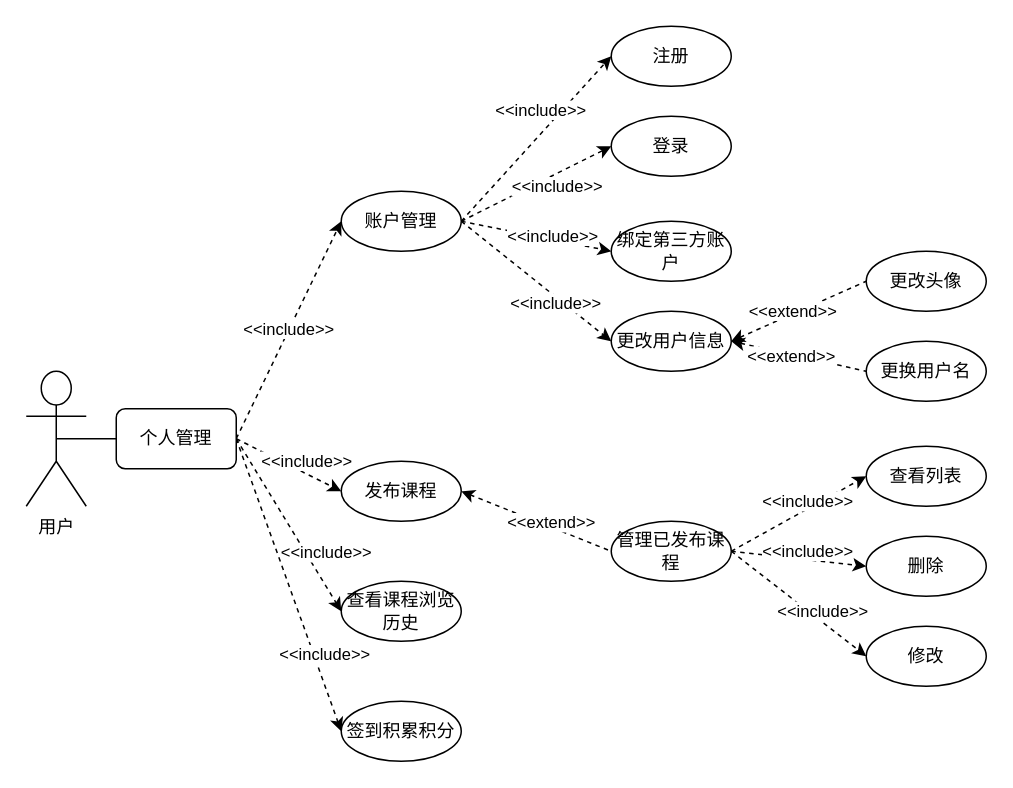
Above: 个人模块 .drawio in ooolky/YuSchool (draw.io), before the change. Source tidied: cells renumbered, new cells numbered last; positions are measured from the earlier drawing's top-left corner, leaving out a move shared by most shapes. Both pictures are drawn from the tidied source at 150%, with x=0, y=0 at pixel (26, 26).
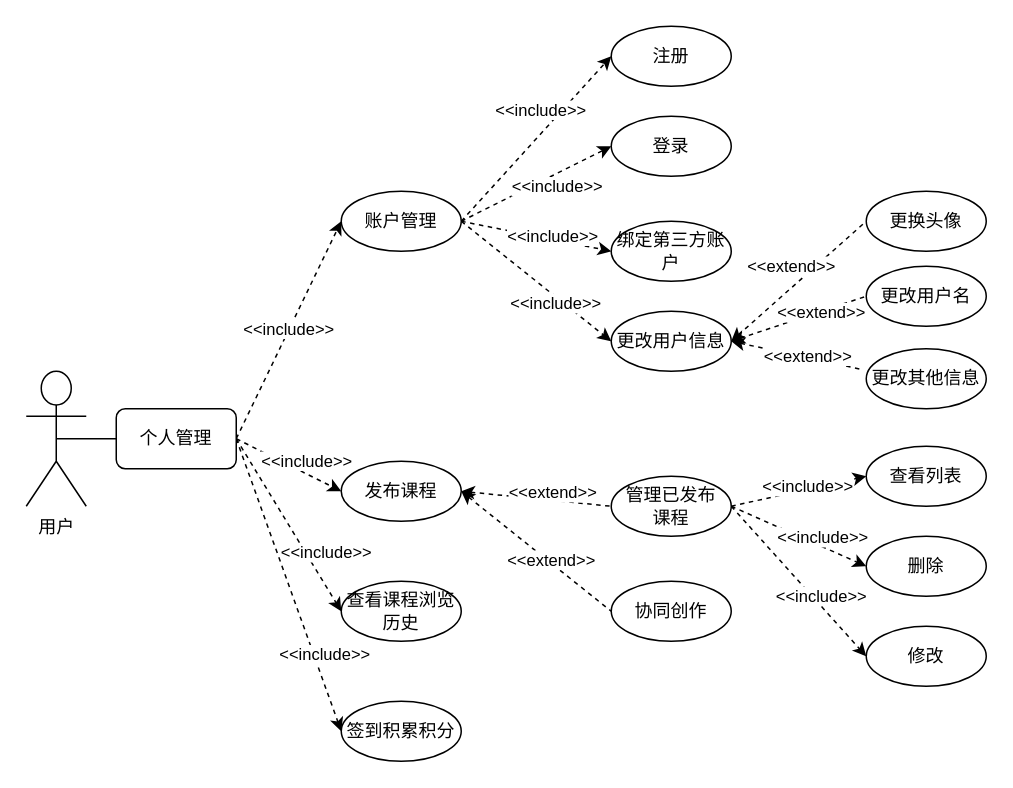
After the change.

Commit message:
更新个人模块 .drawio

Unchanged cells that the change refers to:
```xml
<mxCell id="32" value="发布课程" style="ellipse;whiteSpace=wrap;html=1;rounded=1;gradientColor=#ffffff;" parent="1" vertex="1">
  <mxGeometry x="210" y="290" width="80" height="40" as="geometry" />
</mxCell>
<mxCell id="38" value="更改用户信息" style="ellipse;whiteSpace=wrap;html=1;rounded=1;gradientColor=#ffffff;" parent="1" vertex="1">
  <mxGeometry x="390" y="190" width="80" height="40" as="geometry" />
</mxCell>
```

What changed in the source:
```diff
@@
-    <mxCell id="17" style="rounded=0;orthogonalLoop=1;jettySize=auto;html=1;exitX=1;exitY=0.5;exitDx=0;exitDy=0;entryX=0;entryY=0.5;entryDx=0;entryDy=0;dashed=1;endFill=0;endArrow=none;startFill=1;startArrow=classic;" parent="1" edge="1">
+    <mxCell id="17" style="rounded=0;jettySize=auto;html=1;exitX=1;exitY=0.5;exitDx=0;exitDy=0;entryX=0;entryY=0.5;entryDx=0;entryDy=0;dashed=1;endFill=0;endArrow=none;startFill=1;startArrow=classic;" parent="1" edge="1" target="39">
       <mxGeometry relative="1" as="geometry">
         <mxPoint x="290" y="310" as="sourcePoint" />
-        <mxPoint x="390" y="350" as="targetPoint" />
       </mxGeometry>
     </mxCell>
@@
-    <mxCell id="20" style="rounded=0;orthogonalLoop=1;jettySize=auto;html=1;exitX=1;exitY=0.5;exitDx=0;exitDy=0;entryX=0;entryY=0.5;entryDx=0;entryDy=0;dashed=1;endFill=0;endArrow=none;startFill=1;startArrow=classic;" parent="1" edge="1">
+    <mxCell id="20" style="rounded=0;jettySize=auto;html=1;exitX=1;exitY=0.5;exitDx=0;exitDy=0;entryX=0;entryY=0.5;entryDx=0;entryDy=0;dashed=1;endFill=0;endArrow=none;startFill=1;startArrow=classic;" parent="1" edge="1" target="43">
       <mxGeometry relative="1" as="geometry">
         <mxPoint x="470" y="210" as="sourcePoint" />
-        <mxPoint x="560" y="170" as="targetPoint" />
       </mxGeometry>
     </mxCell>
@@
-    <mxCell id="22" style="rounded=0;orthogonalLoop=1;jettySize=auto;html=1;exitX=1;exitY=0.5;exitDx=0;exitDy=0;entryX=0;entryY=0.5;entryDx=0;entryDy=0;dashed=1;endFill=0;endArrow=none;startFill=1;startArrow=classic;" parent="1" edge="1">
+    <mxCell id="22" style="rounded=0;jettySize=auto;html=1;exitX=1;exitY=0.5;exitDx=0;exitDy=0;entryX=0;entryY=0.5;entryDx=0;entryDy=0;dashed=1;endFill=0;endArrow=none;startFill=1;startArrow=classic;" parent="1" edge="1" target="44">
       <mxGeometry relative="1" as="geometry">
         <mxPoint x="470" y="210" as="sourcePoint" />
-        <mxPoint x="560" y="230" as="targetPoint" />
       </mxGeometry>
     </mxCell>
     <mxCell id="23" value="&amp;lt;&amp;lt;extend&amp;gt;&amp;gt;" style="edgeLabel;html=1;align=center;verticalAlign=middle;" parent="22" vertex="1">
       <mxGeometry x="-0.45" y="-1" relative="1" as="geometry">
-        <mxPoint x="15.8" y="3.6" as="offset" />
+        <mxPoint x="35" y="-12.7" as="offset" />
       </mxGeometry>
     </mxCell>
-    <mxCell id="24" style="rounded=0;orthogonalLoop=1;jettySize=auto;html=1;exitX=1;exitY=0.5;exitDx=0;exitDy=0;entryX=0;entryY=0.5;entryDx=0;entryDy=0;dashed=1;" parent="1" edge="1">
+    <mxCell id="24" style="rounded=0;jettySize=auto;html=1;exitX=1;exitY=0.5;exitDx=0;exitDy=0;entryX=0;entryY=0.5;entryDx=0;entryDy=0;dashed=1;" parent="1" edge="1" source="39">
       <mxGeometry relative="1" as="geometry">
-        <mxPoint x="470" y="350" as="sourcePoint" />
         <mxPoint x="560" y="300" as="targetPoint" />
       </mxGeometry>
     </mxCell>
@@
-    <mxCell id="26" style="rounded=0;orthogonalLoop=1;jettySize=auto;html=1;exitX=1;exitY=0.5;exitDx=0;exitDy=0;entryX=0;entryY=0.5;entryDx=0;entryDy=0;dashed=1;endArrow=classic;" parent="1" edge="1">
+    <mxCell id="26" style="rounded=0;jettySize=auto;html=1;exitX=1;exitY=0.5;exitDx=0;exitDy=0;entryX=0;entryY=0.5;entryDx=0;entryDy=0;dashed=1;endArrow=classic;" parent="1" edge="1" source="39">
       <mxGeometry relative="1" as="geometry">
-        <mxPoint x="470" y="350" as="sourcePoint" />
         <mxPoint x="560" y="360" as="targetPoint" />
       </mxGeometry>
     </mxCell>
     <mxCell id="27" value="&amp;lt;&amp;lt;include&amp;gt;&amp;gt;" style="edgeLabel;html=1;align=center;verticalAlign=middle;" parent="26" vertex="1">
       <mxGeometry x="0.68" y="-1" relative="1" as="geometry">
-        <mxPoint x="-25.4" y="-9.4" as="offset" />
+        <mxPoint x="-15.4" y="-14.6" as="offset" />
       </mxGeometry>
     </mxCell>
-    <mxCell id="28" style="rounded=0;orthogonalLoop=1;jettySize=auto;html=1;exitX=1;exitY=0.5;exitDx=0;exitDy=0;entryX=0;entryY=0.5;entryDx=0;entryDy=0;dashed=1;endArrow=classic;" parent="1" edge="1">
+    <mxCell id="28" style="rounded=0;jettySize=auto;html=1;exitX=1;exitY=0.5;exitDx=0;exitDy=0;entryX=0;entryY=0.5;entryDx=0;entryDy=0;dashed=1;endArrow=classic;" parent="1" edge="1" source="39">
       <mxGeometry relative="1" as="geometry">
-        <mxPoint x="470" y="350" as="sourcePoint" />
         <mxPoint x="560" y="420" as="targetPoint" />
       </mxGeometry>
     </mxCell>
@@
-    <mxCell id="39" value="管理已发布课程" style="ellipse;whiteSpace=wrap;html=1;rounded=1;gradientColor=#ffffff;" parent="1" vertex="1">
-      <mxGeometry x="390" y="330" width="80" height="40" as="geometry" />
+    <mxCell id="39" value="管理已发布&lt;br&gt;课程" style="ellipse;whiteSpace=wrap;html=1;rounded=1;gradientColor=#ffffff;" parent="1" vertex="1">
+      <mxGeometry x="390" y="300" width="80" height="40" as="geometry" />
     </mxCell>
@@
-    <mxCell id="43" value="更改头像" style="ellipse;whiteSpace=wrap;html=1;rounded=1;gradientColor=#ffffff;" parent="1" vertex="1">
-      <mxGeometry x="560" y="150" width="80" height="40" as="geometry" />
+    <mxCell id="43" value="更换头像" style="ellipse;whiteSpace=wrap;html=1;rounded=1;gradientColor=#ffffff;" parent="1" vertex="1">
+      <mxGeometry x="560" y="110" width="80" height="40" as="geometry" />
     </mxCell>
-    <mxCell id="44" value="更换用户名" style="ellipse;whiteSpace=wrap;html=1;rounded=1;gradientColor=#ffffff;" parent="1" vertex="1">
-      <mxGeometry x="560" y="210" width="80" height="40" as="geometry" />
+    <mxCell id="44" value="更改用户名" style="ellipse;whiteSpace=wrap;html=1;rounded=1;gradientColor=#ffffff;" parent="1" vertex="1">
+      <mxGeometry x="560" y="160" width="80" height="40" as="geometry" />
     </mxCell>
+    <mxCell id="45" style="rounded=0;jettySize=auto;html=1;exitX=1;exitY=0.5;exitDx=0;exitDy=0;entryX=-0.025;entryY=0.35;entryDx=0;entryDy=0;dashed=1;endFill=0;endArrow=none;startFill=1;startArrow=classic;entryPerimeter=0;" parent="1" edge="1" source="38" target="47">
+      <mxGeometry relative="1" as="geometry" />
+    </mxCell>
+    <mxCell id="46" value="&amp;lt;&amp;lt;extend&amp;gt;&amp;gt;" style="edgeLabel;html=1;align=center;verticalAlign=middle;" parent="45" vertex="1">
+      <mxGeometry x="-0.45" y="-1" relative="1" as="geometry">
+        <mxPoint x="25.8" y="3.6" as="offset" />
+      </mxGeometry>
+    </mxCell>
+    <mxCell id="47" value="更改其他信息" style="ellipse;whiteSpace=wrap;html=1;rounded=1;gradientColor=#ffffff;" parent="1" vertex="1">
+      <mxGeometry x="560" y="215" width="80" height="40" as="geometry" />
+    </mxCell>
+    <mxCell id="48" style="rounded=0;jettySize=auto;html=1;exitX=1;exitY=0.5;exitDx=0;exitDy=0;entryX=0;entryY=0.5;entryDx=0;entryDy=0;dashed=1;endFill=0;endArrow=none;startFill=1;startArrow=classic;" parent="1" edge="1" source="32" target="51">
+      <mxGeometry relative="1" as="geometry" />
+    </mxCell>
+    <mxCell id="49" style="edgeLabel;html=1;align=center;verticalAlign=middle;" parent="48" vertex="1">
+      <mxGeometry x="-0.4" relative="1" as="geometry">
+        <mxPoint x="20.3" y="8.1" as="offset" />
+      </mxGeometry>
+    </mxCell>
+    <mxCell id="50" value="&amp;lt;&amp;lt;extend&amp;gt;&amp;gt;" style="edgeLabel;html=1;align=center;verticalAlign=middle;" parent="48" vertex="1">
+      <mxGeometry x="0.31" y="-2" relative="1" as="geometry">
+        <mxPoint x="-5.2" y="-8.2" as="offset" />
+      </mxGeometry>
+    </mxCell>
+    <mxCell id="51" value="协同创作" style="ellipse;whiteSpace=wrap;html=1;rounded=1;gradientColor=#ffffff;" parent="1" vertex="1">
+      <mxGeometry x="390" y="370" width="80" height="40" as="geometry" />
+    </mxCell>
```
